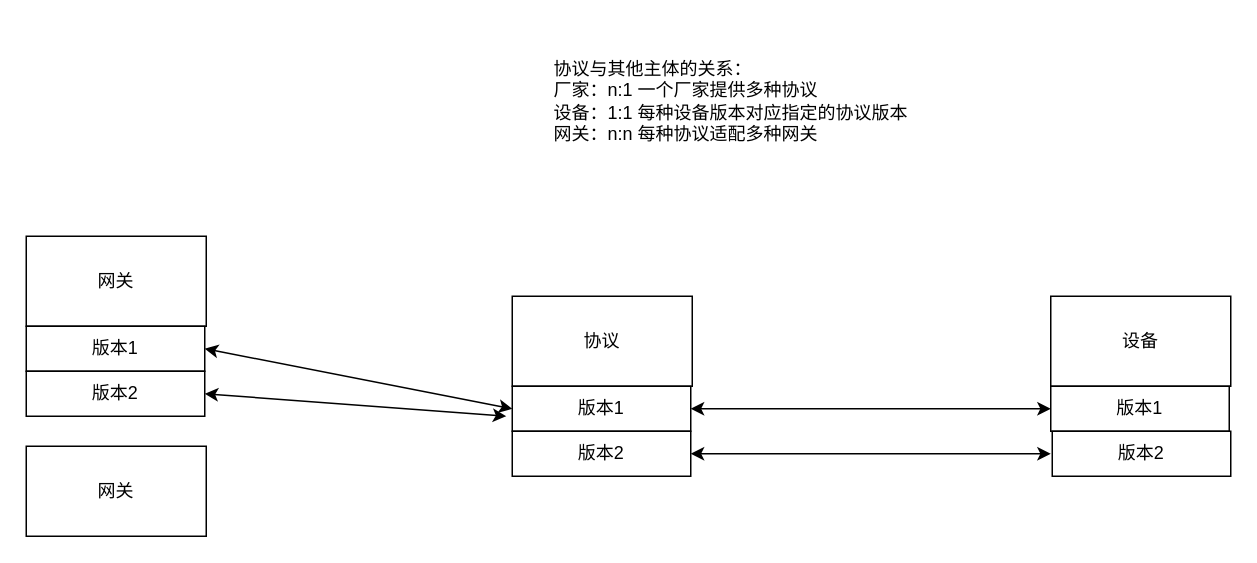
Before: 协议列表结构梳理.drawio in foreverfirst/draw, a draw.io diagram. Source tidied: cells renumbered, new cells numbered last; positions are measured from the earlier drawing's top-left corner, leaving out a move shared by most shapes. Both pictures are drawn from the tidied source at 150%, with x=0, y=0 at pixel (26, 26).
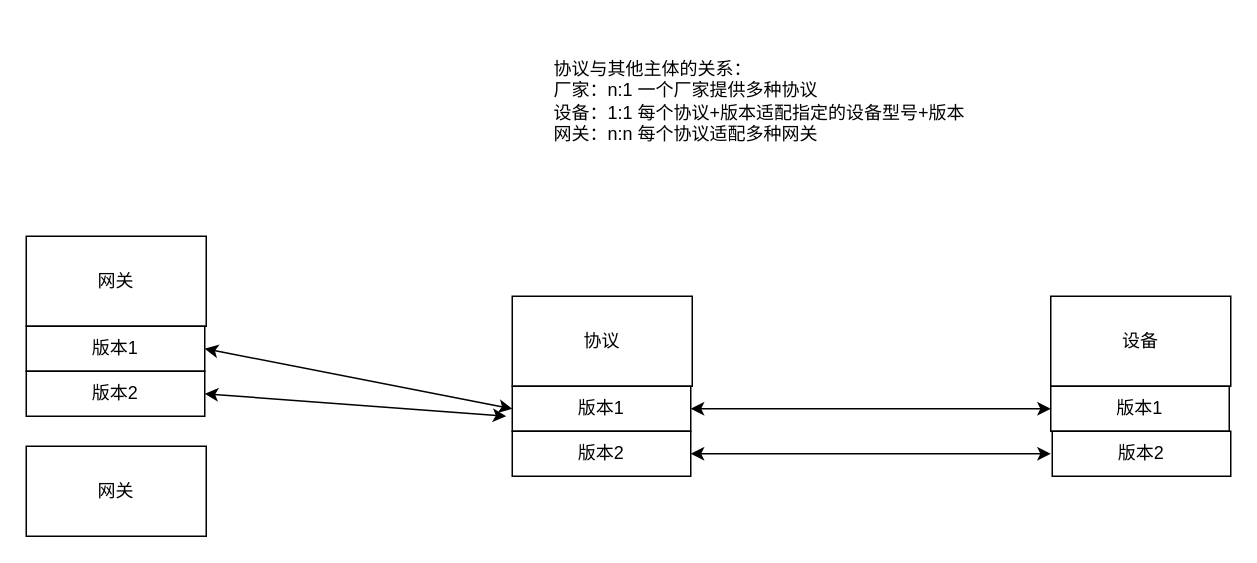
Above is the later version.

Commit message (it also covers changes not shown here):
更新协议列表结构梳理.drawio

The edit, as a diff of the source:
```diff
@@
 <mxGraphModel>
   <root>
     <mxCell id="0" />
     <mxCell id="1" parent="0" />
     <mxCell id="2" value="协议" style="rounded=0;whiteSpace=wrap;html=1;" parent="1" vertex="1">
       <mxGeometry x="324" y="180" width="120" height="60" as="geometry" />
     </mxCell>
     <mxCell id="3" value="版本1" style="rounded=0;whiteSpace=wrap;html=1;" parent="1" vertex="1">
       <mxGeometry x="324" y="240" width="119" height="30" as="geometry" />
     </mxCell>
     <mxCell id="4" value="版本2" style="rounded=0;whiteSpace=wrap;html=1;" parent="1" vertex="1">
       <mxGeometry x="324" y="270" width="119" height="30" as="geometry" />
     </mxCell>
     <mxCell id="5" value="设备" style="rounded=0;whiteSpace=wrap;html=1;" parent="1" vertex="1">
       <mxGeometry x="683" y="180" width="120" height="60" as="geometry" />
     </mxCell>
     <mxCell id="6" value="版本1" style="rounded=0;whiteSpace=wrap;html=1;" parent="1" vertex="1">
       <mxGeometry x="683" y="240" width="119" height="30" as="geometry" />
     </mxCell>
     <mxCell id="7" value="版本2" style="rounded=0;whiteSpace=wrap;html=1;" parent="1" vertex="1">
       <mxGeometry x="684" y="270" width="119" height="30" as="geometry" />
     </mxCell>
     <mxCell id="8" style="endArrow=classic;startArrow=classic;html=1;rounded=0;entryX=0;entryY=0.5;entryDx=0;entryDy=0;" parent="1" edge="1" target="6">
       <mxGeometry relative="1" as="geometry">
         <mxPoint x="443" y="255" as="sourcePoint" />
       </mxGeometry>
     </mxCell>
     <mxCell id="9" style="endArrow=classic;startArrow=classic;html=1;rounded=0;exitX=1;exitY=0.5;exitDx=0;exitDy=0;" parent="1" edge="1" source="4">
       <mxGeometry relative="1" as="geometry">
         <mxPoint x="683" y="285" as="targetPoint" />
       </mxGeometry>
     </mxCell>
     <mxCell id="10" value="网关" style="rounded=0;whiteSpace=wrap;html=1;" parent="1" vertex="1">
       <mxGeometry y="140" width="120" height="60" as="geometry" />
     </mxCell>
     <mxCell id="11" value="网关" style="rounded=0;whiteSpace=wrap;html=1;" parent="1" vertex="1">
       <mxGeometry y="280" width="120" height="60" as="geometry" />
     </mxCell>
     <mxCell id="12" value="版本1" style="rounded=0;whiteSpace=wrap;html=1;" parent="1" vertex="1">
       <mxGeometry y="200" width="119" height="30" as="geometry" />
     </mxCell>
     <mxCell id="13" value="版本2" style="rounded=0;whiteSpace=wrap;html=1;" parent="1" vertex="1">
       <mxGeometry y="230" width="119" height="30" as="geometry" />
     </mxCell>
     <mxCell id="14" style="endArrow=classic;startArrow=classic;html=1;rounded=0;exitX=1;exitY=0.5;exitDx=0;exitDy=0;entryX=0;entryY=0.5;entryDx=0;entryDy=0;" parent="1" edge="1" source="12" target="3">
       <mxGeometry relative="1" as="geometry" />
     </mxCell>
     <mxCell id="15" style="endArrow=classic;startArrow=classic;html=1;rounded=0;exitX=1;exitY=0.5;exitDx=0;exitDy=0;" parent="1" edge="1" source="13">
       <mxGeometry relative="1" as="geometry">
         <mxPoint x="320" y="260" as="targetPoint" />
       </mxGeometry>
     </mxCell>
-    <mxCell id="16" value="协议与其他主体的关系：&lt;br&gt;厂家：n:1 一个厂家提供多种协议&lt;br&gt;&lt;div style=&quot;&quot;&gt;&lt;span style=&quot;background-color: initial;&quot;&gt;设备：1:1 每种设备版本对应指定的协议版本&lt;/span&gt;&lt;/div&gt;&lt;div style=&quot;&quot;&gt;网关：n:n 每种协议适配多种网关&lt;/div&gt;" style="text;html=1;strokeColor=none;fillColor=none;align=left;verticalAlign=middle;whiteSpace=wrap;rounded=0;" parent="1" vertex="1">
+    <mxCell id="16" value="协议与其他主体的关系：&lt;br&gt;厂家：n:1 一个厂家提供多种协议&lt;br&gt;&lt;div style=&quot;&quot;&gt;&lt;span style=&quot;background-color: initial;&quot;&gt;设备：1:1 每个协议+版本适配指定的设备型号+版本&lt;/span&gt;&lt;/div&gt;&lt;div style=&quot;&quot;&gt;网关：n:n 每个协议适配多种网关&lt;/div&gt;" style="text;html=1;strokeColor=none;fillColor=none;align=left;verticalAlign=middle;whiteSpace=wrap;rounded=0;" parent="1" vertex="1">
       <mxGeometry x="350" width="370" height="100" as="geometry" />
     </mxCell>
   </root>
 </mxGraphModel>
```
